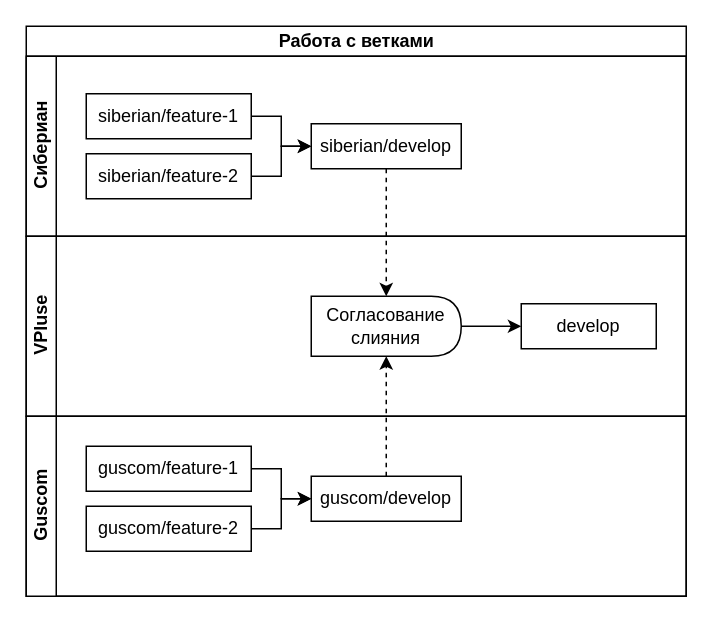
Earlier version of the draw.io diagram Ветки админки.drawio (aau8/draw.io). Source tidied: cells renumbered, new cells numbered last; positions are measured from the earlier drawing's top-left corner, leaving out a move shared by most shapes. Both pictures are drawn from the tidied source at 150%, with x=0, y=0 at pixel (26, 26).
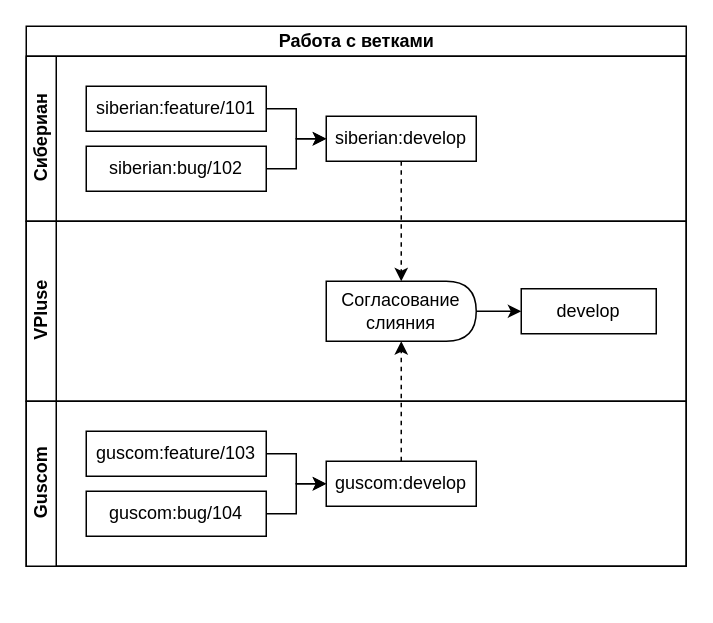
After the change.

What changed in the source:
```diff
@@
     <mxCell id="2" value="Работа с ветками" style="swimlane;horizontal=1;startSize=20;html=1;" parent="1" vertex="1">
-      <mxGeometry width="440" height="380" as="geometry" />
+      <mxGeometry width="440" height="360" as="geometry" />
     </mxCell>
     <mxCell id="3" value="Сибериан" style="swimlane;startSize=20;horizontal=0;html=1;" parent="2" vertex="1">
-      <mxGeometry y="20" width="440" height="120" as="geometry" />
+      <mxGeometry y="20" width="440" height="110" as="geometry" />
     </mxCell>
@@
-    <mxCell id="5" value="siberian/feature-1" style="whiteSpace=wrap;html=1;" parent="3" vertex="1">
-      <mxGeometry x="40" y="25" width="110" height="30" as="geometry" />
+    <mxCell id="5" value="siberian:feature/101" style="whiteSpace=wrap;html=1;" parent="3" vertex="1">
+      <mxGeometry x="40" y="20" width="120" height="30" as="geometry" />
     </mxCell>
@@
-    <mxCell id="7" value="siberian/feature-2" style="whiteSpace=wrap;html=1;" parent="3" vertex="1">
-      <mxGeometry x="40" y="65" width="110" height="30" as="geometry" />
+    <mxCell id="7" value="siberian:bug/102" style="whiteSpace=wrap;html=1;" parent="3" vertex="1">
+      <mxGeometry x="40" y="60" width="120" height="30" as="geometry" />
     </mxCell>
-    <mxCell id="8" value="siberian/develop" style="whiteSpace=wrap;html=1;" parent="3" vertex="1">
-      <mxGeometry x="190" y="45" width="100" height="30" as="geometry" />
+    <mxCell id="8" value="siberian:develop" style="whiteSpace=wrap;html=1;" parent="3" vertex="1">
+      <mxGeometry x="200" y="40" width="100" height="30" as="geometry" />
     </mxCell>
     <mxCell id="9" value="VPluse" style="swimlane;startSize=20;horizontal=0;html=1;" parent="2" vertex="1">
-      <mxGeometry y="140" width="440" height="120" as="geometry" />
+      <mxGeometry y="130" width="440" height="120" as="geometry" />
     </mxCell>
@@
     <mxCell id="12" value="Согласование&lt;br&gt;слияния" style="shape=delay;whiteSpace=wrap;html=1;" parent="9" vertex="1">
-      <mxGeometry x="190" y="40" width="100" height="40" as="geometry" />
+      <mxGeometry x="200" y="40" width="100" height="40" as="geometry" />
     </mxCell>
     <mxCell id="13" value="Guscom" style="swimlane;startSize=20;horizontal=0;html=1;" parent="2" vertex="1">
-      <mxGeometry y="260" width="440" height="120" as="geometry" />
+      <mxGeometry y="250" width="440" height="110" as="geometry" />
     </mxCell>
@@
-    <mxCell id="15" value="guscom/feature-2" style="whiteSpace=wrap;html=1;" parent="13" vertex="1">
-      <mxGeometry x="40" y="60" width="110" height="30" as="geometry" />
+    <mxCell id="15" value="guscom:bug/104" style="whiteSpace=wrap;html=1;" parent="13" vertex="1">
+      <mxGeometry x="40" y="60" width="120" height="30" as="geometry" />
     </mxCell>
@@
-    <mxCell id="17" value="guscom/feature-1" style="whiteSpace=wrap;html=1;" parent="13" vertex="1">
-      <mxGeometry x="40" y="20" width="110" height="30" as="geometry" />
+    <mxCell id="17" value="guscom:feature/103" style="whiteSpace=wrap;html=1;" parent="13" vertex="1">
+      <mxGeometry x="40" y="20" width="120" height="30" as="geometry" />
     </mxCell>
-    <mxCell id="18" value="guscom/develop" style="whiteSpace=wrap;html=1;" parent="13" vertex="1">
-      <mxGeometry x="190" y="40" width="100" height="30" as="geometry" />
+    <mxCell id="18" value="guscom:develop" style="whiteSpace=wrap;html=1;" parent="13" vertex="1">
+      <mxGeometry x="200" y="40" width="100" height="30" as="geometry" />
     </mxCell>
```
